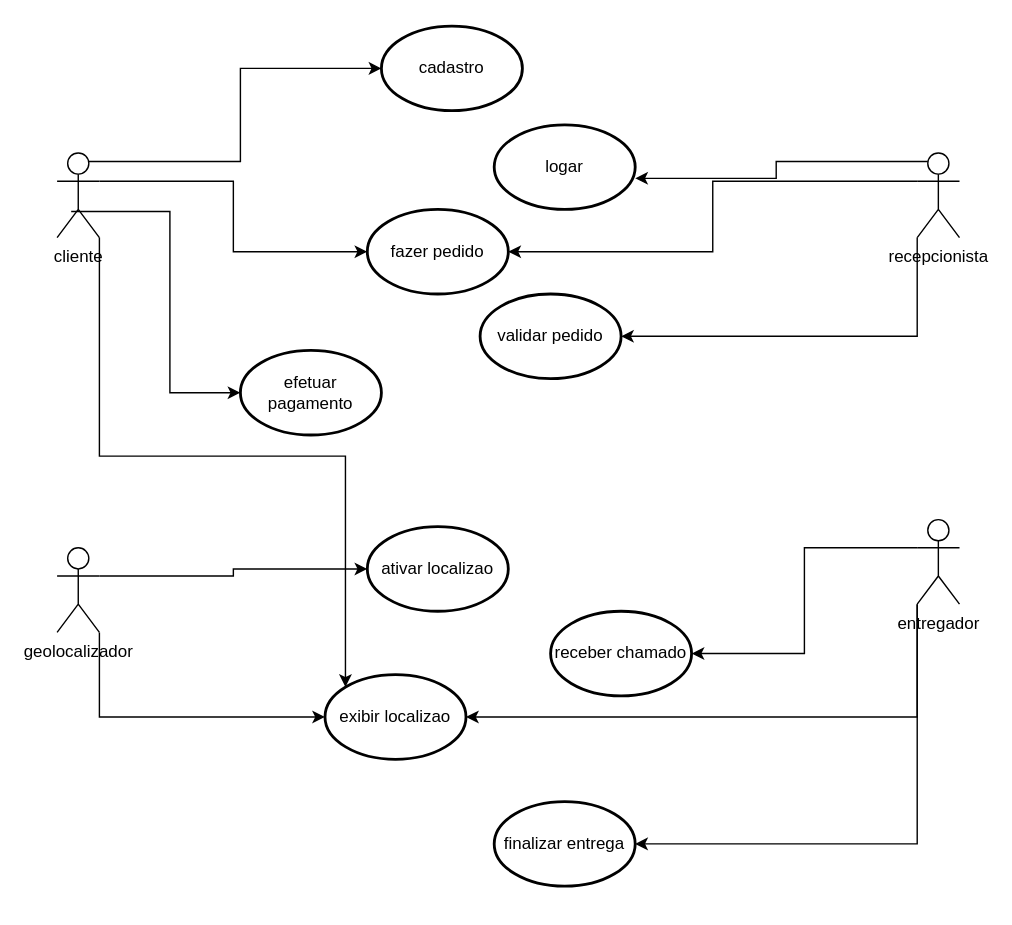
The draw.io diagram Diagrama sem nome.drawio in lippentj/aula_modelagem, before the edit. Source tidied: cells renumbered, new cells numbered last; positions are measured from the earlier drawing's top-left corner, leaving out a move shared by most shapes. Both pictures are drawn from the tidied source at 141%, with x=0, y=0 at pixel (56, 25).
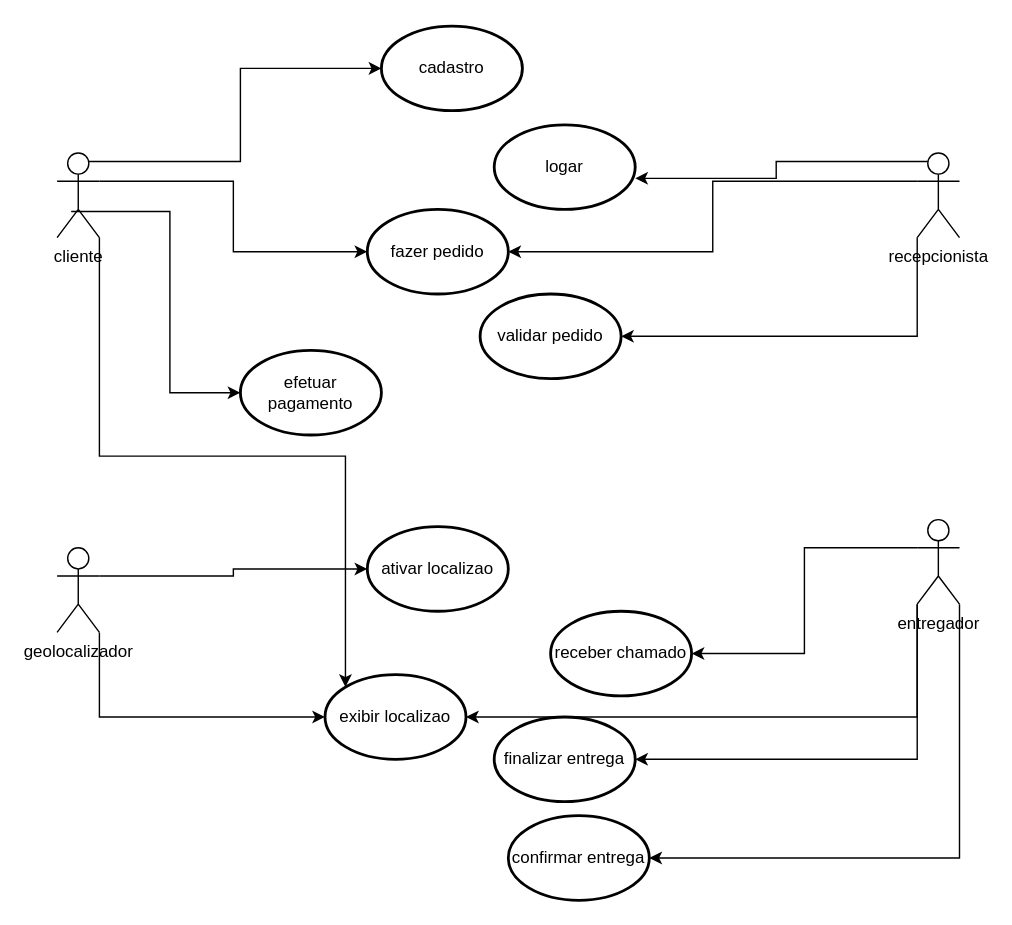
After the change.

Unchanged cells that the change refers to:
```xml
<mxCell id="5" value="entregador" style="shape=umlActor;verticalLabelPosition=bottom;verticalAlign=top;html=1;outlineConnect=0;" parent="1" vertex="1">
  <mxGeometry x="610" y="350" width="30" height="60" as="geometry" />
</mxCell>
```

The edit, as a diff of the source:
```diff
@@
     <mxCell id="15" value="finalizar entrega" style="strokeWidth=2;html=1;shape=mxgraph.flowchart.start_1;whiteSpace=wrap;" parent="1" vertex="1">
-      <mxGeometry x="310" y="550" width="100" height="60" as="geometry" />
+      <mxGeometry x="310" y="490" width="100" height="60" as="geometry" />
     </mxCell>
@@
+    <mxCell id="27" value="confirmar entrega" style="strokeWidth=2;html=1;shape=mxgraph.flowchart.start_1;whiteSpace=wrap;" parent="1" vertex="1">
+      <mxGeometry x="320" y="560" width="100" height="60" as="geometry" />
+    </mxCell>
+    <mxCell id="28" style="edgeStyle=orthogonalEdgeStyle;rounded=0;jettySize=auto;html=1;exitX=1;exitY=1;exitDx=0;exitDy=0;exitPerimeter=0;entryX=1;entryY=0.5;entryDx=0;entryDy=0;entryPerimeter=0;" parent="1" edge="1" source="5" target="27">
+      <mxGeometry relative="1" as="geometry" />
+    </mxCell>
```
